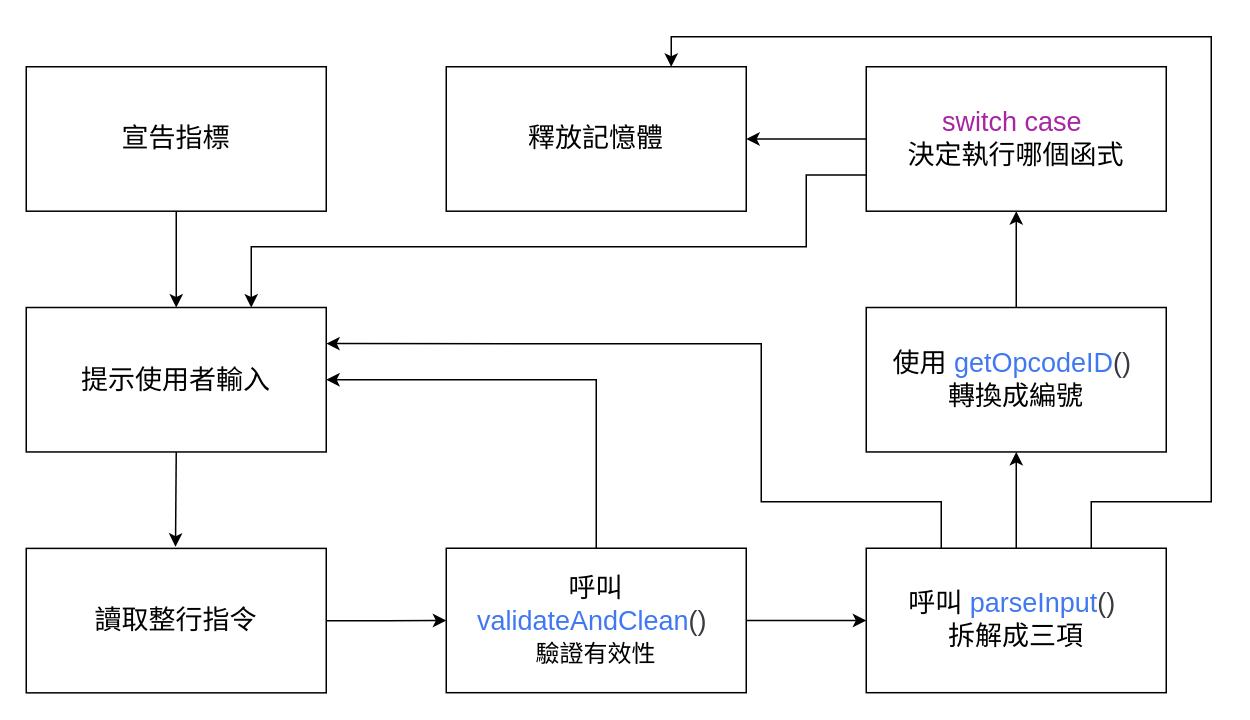
Earlier version of the draw.io diagram calOS.drawio (shuuuuyu/draw.io). Source tidied: cells renumbered, new cells numbered last; positions are measured from the earlier drawing's top-left corner, leaving out a move shared by most shapes. Both pictures are drawn from the tidied source at 150%, with x=0, y=0 at pixel (26, 36).
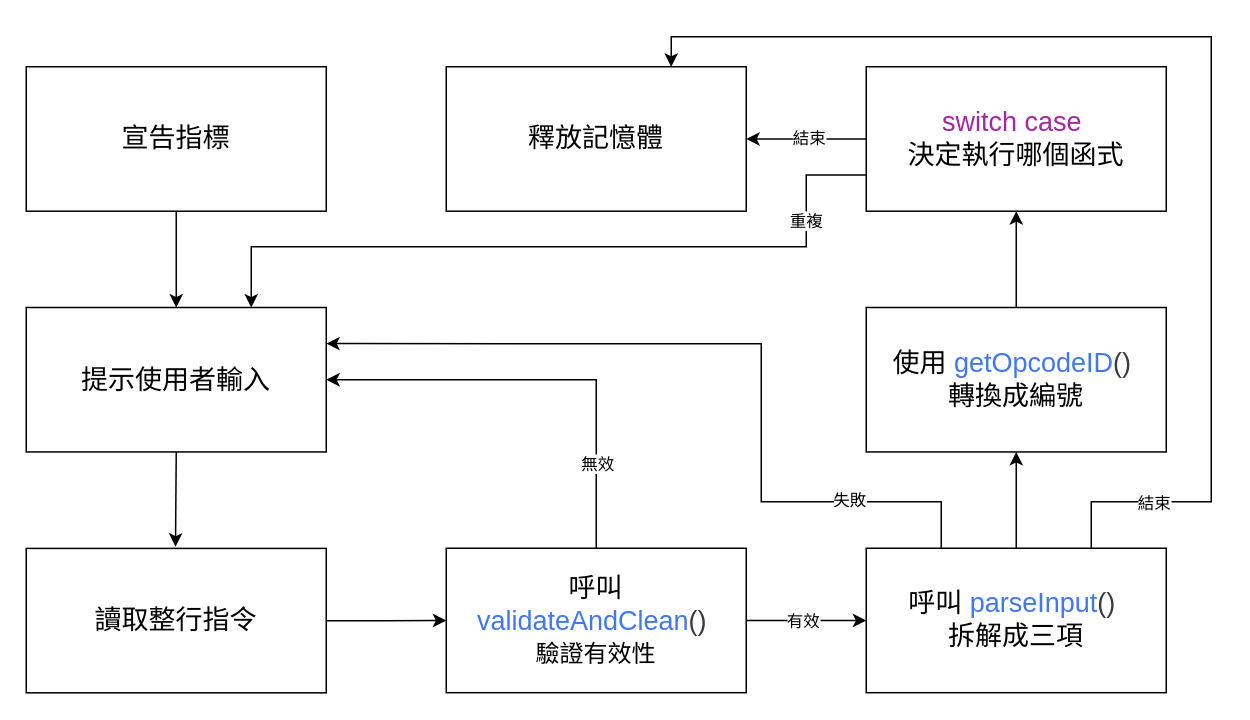
The same diagram, later.

Unchanged cells that the change refers to:
```xml
<mxCell id="8" style="edgeStyle=orthogonalEdgeStyle;rounded=0;jettySize=auto;html=1;exitX=0.5;exitY=0;exitDx=0;exitDy=0;entryX=1;entryY=0.5;entryDx=0;entryDy=0;" parent="1" edge="1" source="10" target="5">
  <mxGeometry relative="1" as="geometry" />
</mxCell>
<mxCell id="9" style="edgeStyle=orthogonalEdgeStyle;rounded=0;jettySize=auto;html=1;exitX=1;exitY=0.5;exitDx=0;exitDy=0;entryX=0;entryY=0.5;entryDx=0;entryDy=0;" parent="1" edge="1" source="10" target="14">
  <mxGeometry relative="1" as="geometry" />
</mxCell>
<mxCell id="12" style="edgeStyle=orthogonalEdgeStyle;rounded=0;jettySize=auto;html=1;exitX=0.25;exitY=0;exitDx=0;exitDy=0;entryX=1;entryY=0.25;entryDx=0;entryDy=0;" parent="1" edge="1" source="14" target="5">
  <mxGeometry relative="1" as="geometry">
    <Array as="points">
      <mxPoint x="610" y="310" />
      <mxPoint x="490" y="310" />
      <mxPoint x="490" y="204" />
    </Array>
  </mxGeometry>
</mxCell>
<mxCell id="13" style="edgeStyle=orthogonalEdgeStyle;rounded=0;jettySize=auto;html=1;exitX=0.75;exitY=0;exitDx=0;exitDy=0;entryX=0.75;entryY=0;entryDx=0;entryDy=0;" parent="1" edge="1" source="14" target="20">
  <mxGeometry relative="1" as="geometry">
    <Array as="points">
      <mxPoint x="710" y="310" />
      <mxPoint x="790" y="310" />
      <mxPoint x="790" />
      <mxPoint x="430" />
    </Array>
  </mxGeometry>
</mxCell>
<mxCell id="17" style="edgeStyle=orthogonalEdgeStyle;rounded=0;jettySize=auto;html=1;exitX=0;exitY=0.5;exitDx=0;exitDy=0;entryX=1;entryY=0.5;entryDx=0;entryDy=0;" parent="1" edge="1" source="19" target="20">
  <mxGeometry relative="1" as="geometry" />
</mxCell>
<mxCell id="18" style="edgeStyle=orthogonalEdgeStyle;rounded=0;jettySize=auto;html=1;exitX=0;exitY=0.75;exitDx=0;exitDy=0;entryX=0.75;entryY=0;entryDx=0;entryDy=0;" parent="1" edge="1" source="19" target="5">
  <mxGeometry relative="1" as="geometry">
    <Array as="points">
      <mxPoint x="520" y="92" />
      <mxPoint x="520" y="140" />
      <mxPoint x="150" y="140" />
    </Array>
  </mxGeometry>
</mxCell>
```

Diff of the diagram source:
```diff
@@
+    <mxCell id="21" value="無效" style="edgeLabel;html=1;align=center;verticalAlign=middle;" parent="8" vertex="1">
+      <mxGeometry x="-0.61" relative="1" as="geometry" />
+    </mxCell>
@@
+    <mxCell id="22" value="有效" style="edgeLabel;html=1;align=center;verticalAlign=middle;" parent="9" vertex="1">
+      <mxGeometry x="-0.08" relative="1" as="geometry" />
+    </mxCell>
@@
+    <mxCell id="23" value="失敗" style="edgeLabel;html=1;align=center;verticalAlign=middle;" parent="12" vertex="1">
+      <mxGeometry x="-0.66" y="-2" relative="1" as="geometry" />
+    </mxCell>
@@
+    <mxCell id="24" value="結束" style="edgeLabel;html=1;align=center;verticalAlign=middle;" parent="13" vertex="1">
+      <mxGeometry x="-0.82" relative="1" as="geometry" />
+    </mxCell>
@@
+    <mxCell id="25" value="結束" style="edgeLabel;html=1;align=center;verticalAlign=middle;" parent="17" vertex="1">
+      <mxGeometry x="-0.03" y="-1" relative="1" as="geometry" />
+    </mxCell>
@@
+    <mxCell id="26" value="重複" style="edgeLabel;html=1;align=center;verticalAlign=middle;" parent="18" vertex="1">
+      <mxGeometry x="-0.72" y="-1" relative="1" as="geometry" />
+    </mxCell>
```
